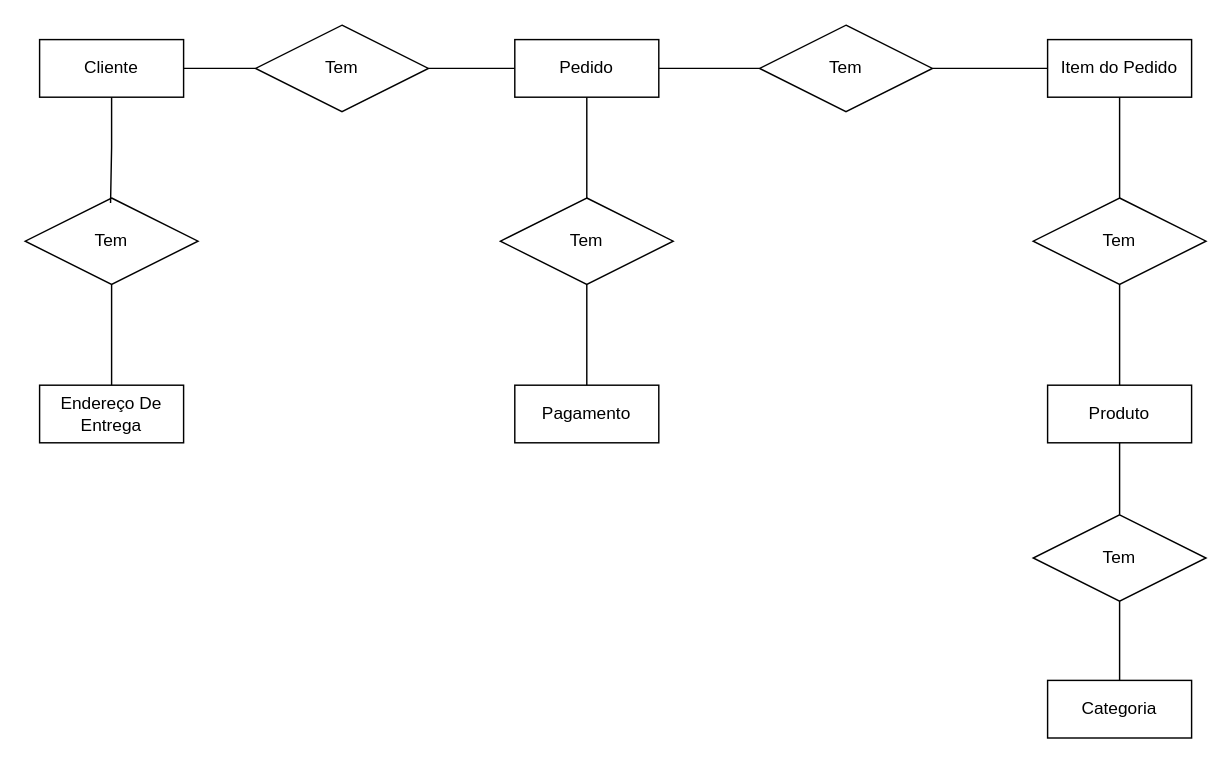
Above: page "Página-2" (2 of 5) of Modelagem/Exemplo vini diagrama.drawio in obamapresidente01/Projeto-E-commerce (draw.io), before the change. Source tidied: cells renumbered, new cells numbered last; positions are measured from the earlier drawing's top-left corner, leaving out a move shared by most shapes. Both pictures are drawn from the tidied source at 144%, with x=0, y=0 at pixel (24, 24).
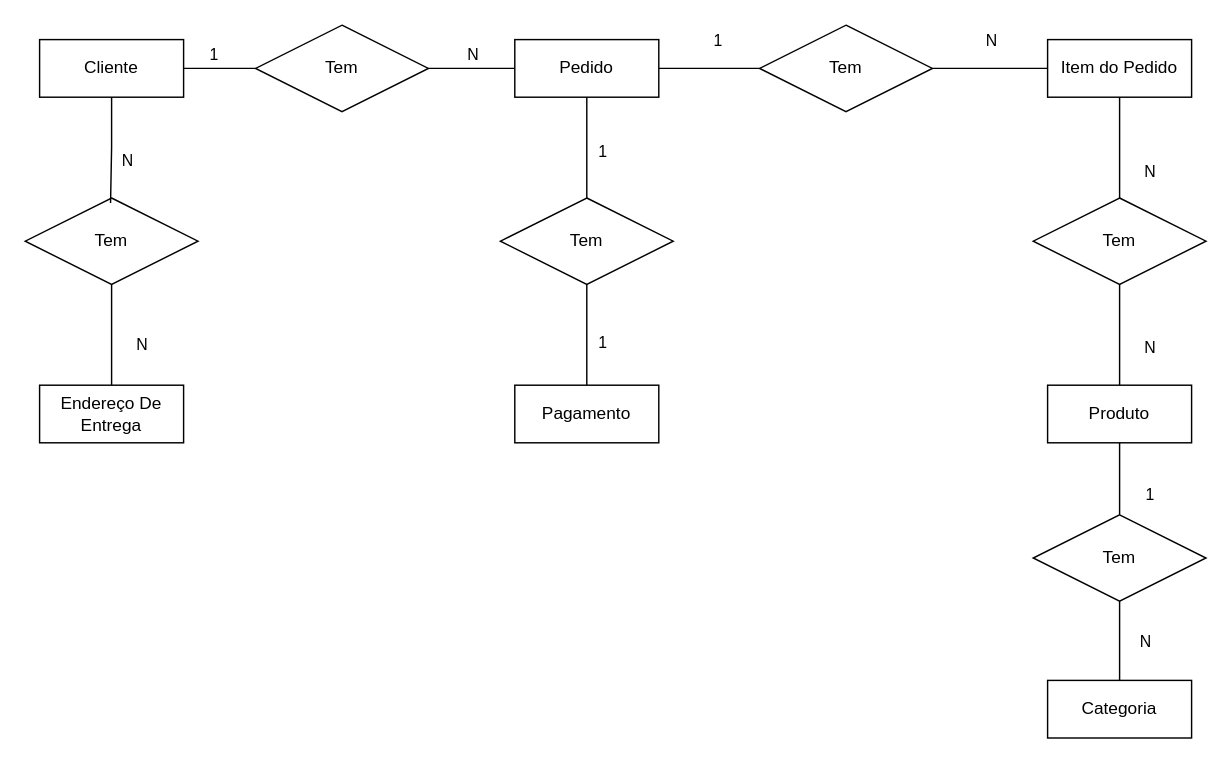
The same diagram, later.

Unchanged cells that the change refers to:
```xml
<mxCell id="2" style="edgeStyle=orthogonalEdgeStyle;rounded=0;jettySize=auto;html=1;entryX=1;entryY=0.5;entryDx=0;entryDy=0;endArrow=none;endFill=0;" parent="1" edge="1" source="5" target="10">
  <mxGeometry relative="1" as="geometry" />
</mxCell>
<mxCell id="3" style="edgeStyle=orthogonalEdgeStyle;rounded=0;jettySize=auto;html=1;entryX=0;entryY=0.5;entryDx=0;entryDy=0;endArrow=none;endFill=0;" parent="1" edge="1" source="5" target="16">
  <mxGeometry relative="1" as="geometry">
    <Array as="points">
      <mxPoint x="480" y="30" />
      <mxPoint x="480" y="30" />
    </Array>
  </mxGeometry>
</mxCell>
<mxCell id="4" style="edgeStyle=orthogonalEdgeStyle;rounded=0;jettySize=auto;html=1;endArrow=none;endFill=0;" parent="1" edge="1" source="5" target="7">
  <mxGeometry relative="1" as="geometry" />
</mxCell>
<mxCell id="6" style="edgeStyle=orthogonalEdgeStyle;rounded=0;jettySize=auto;html=1;endArrow=none;endFill=0;" parent="1" edge="1" source="7" target="15">
  <mxGeometry relative="1" as="geometry" />
</mxCell>
<mxCell id="8" style="edgeStyle=orthogonalEdgeStyle;rounded=0;jettySize=auto;html=1;endArrow=none;endFill=0;" parent="1" edge="1" source="9" target="18">
  <mxGeometry relative="1" as="geometry" />
</mxCell>
<mxCell id="11" style="edgeStyle=orthogonalEdgeStyle;rounded=0;jettySize=auto;html=1;entryX=0;entryY=0.5;entryDx=0;entryDy=0;endArrow=none;endFill=0;" parent="1" edge="1" source="12" target="10">
  <mxGeometry relative="1" as="geometry" />
</mxCell>
<mxCell id="13" style="edgeStyle=orthogonalEdgeStyle;rounded=0;jettySize=auto;html=1;endArrow=none;endFill=0;" parent="1" edge="1" source="14" target="16">
  <mxGeometry relative="1" as="geometry" />
</mxCell>
<mxCell id="17" style="edgeStyle=orthogonalEdgeStyle;rounded=0;jettySize=auto;html=1;entryX=0.5;entryY=1;entryDx=0;entryDy=0;endArrow=none;endFill=0;" parent="1" edge="1" source="18" target="14">
  <mxGeometry relative="1" as="geometry" />
</mxCell>
<mxCell id="19" style="edgeStyle=orthogonalEdgeStyle;rounded=0;jettySize=auto;html=1;entryX=0.5;entryY=1;entryDx=0;entryDy=0;endArrow=none;endFill=0;" parent="1" edge="1" source="20" target="9">
  <mxGeometry relative="1" as="geometry" />
</mxCell>
<mxCell id="21" style="edgeStyle=orthogonalEdgeStyle;rounded=0;jettySize=auto;html=1;entryX=0.5;entryY=1;entryDx=0;entryDy=0;endArrow=none;endFill=0;" parent="1" edge="1" source="22" target="20">
  <mxGeometry relative="1" as="geometry" />
</mxCell>
<mxCell id="23" style="edgeStyle=orthogonalEdgeStyle;rounded=0;jettySize=auto;html=1;endArrow=none;endFill=0;" parent="1" edge="1" source="24" target="25">
  <mxGeometry relative="1" as="geometry" />
</mxCell>
<mxCell id="26" style="edgeStyle=orthogonalEdgeStyle;rounded=0;jettySize=auto;html=1;entryX=0.494;entryY=0.057;entryDx=0;entryDy=0;entryPerimeter=0;endArrow=none;endFill=0;" parent="1" edge="1" source="12" target="24">
  <mxGeometry relative="1" as="geometry" />
</mxCell>
```

Change to the diagram source:
```diff
@@
+    <mxCell id="27" value="N" style="edgeLabel;html=1;align=center;verticalAlign=middle;" parent="2" vertex="1">
+      <mxGeometry x="0.18" y="-1" relative="1" as="geometry">
+        <mxPoint x="5" y="-9" as="offset" />
+      </mxGeometry>
+    </mxCell>
@@
+    <mxCell id="28" value="N" style="edgeLabel;html=1;align=center;verticalAlign=middle;" parent="3" vertex="1">
+      <mxGeometry x="-0.04" y="-1" relative="1" as="geometry">
+        <mxPoint x="196" y="-21" as="offset" />
+      </mxGeometry>
+    </mxCell>
@@
+    <mxCell id="29" value="1" style="edgeLabel;html=1;align=center;verticalAlign=middle;" parent="4" vertex="1">
+      <mxGeometry x="0.07" y="-2" relative="1" as="geometry">
+        <mxPoint x="12" as="offset" />
+      </mxGeometry>
+    </mxCell>
@@
+    <mxCell id="30" value="1" style="edgeLabel;html=1;align=center;verticalAlign=middle;" parent="6" vertex="1">
+      <mxGeometry x="0.49" relative="1" as="geometry">
+        <mxPoint x="10" y="-12" as="offset" />
+      </mxGeometry>
+    </mxCell>
@@
+    <mxCell id="31" value="N" style="edgeLabel;html=1;align=center;verticalAlign=middle;" parent="8" vertex="1">
+      <mxGeometry x="-0.22" y="-1" relative="1" as="geometry">
+        <mxPoint x="19" as="offset" />
+      </mxGeometry>
+    </mxCell>
@@
+    <mxCell id="32" value="1" style="edgeLabel;html=1;align=center;verticalAlign=middle;" parent="11" vertex="1">
+      <mxGeometry x="0.23" relative="1" as="geometry">
+        <mxPoint x="-11" y="-10" as="offset" />
+      </mxGeometry>
+    </mxCell>
@@
+    <mxCell id="33" value="1" style="edgeLabel;html=1;align=center;verticalAlign=middle;" parent="13" vertex="1">
+      <mxGeometry x="-0.29" y="-1" relative="1" as="geometry">
+        <mxPoint x="-202" y="-19" as="offset" />
+      </mxGeometry>
+    </mxCell>
@@
+    <mxCell id="34" value="N" style="edgeLabel;html=1;align=center;verticalAlign=middle;" parent="17" vertex="1">
+      <mxGeometry x="-0.46" relative="1" as="geometry">
+        <mxPoint x="20" as="offset" />
+      </mxGeometry>
+    </mxCell>
@@
+    <mxCell id="35" value="1" style="edgeLabel;html=1;align=center;verticalAlign=middle;" parent="19" vertex="1">
+      <mxGeometry x="-0.42" y="-3" relative="1" as="geometry">
+        <mxPoint x="17" as="offset" />
+      </mxGeometry>
+    </mxCell>
@@
+    <mxCell id="36" value="N" style="edgeLabel;html=1;align=center;verticalAlign=middle;" parent="21" vertex="1">
+      <mxGeometry x="0.02" relative="1" as="geometry">
+        <mxPoint x="17" as="offset" />
+      </mxGeometry>
+    </mxCell>
@@
+    <mxCell id="37" value="N" style="edgeLabel;html=1;align=center;verticalAlign=middle;" parent="23" vertex="1">
+      <mxGeometry x="0.17" relative="1" as="geometry">
+        <mxPoint x="20" as="offset" />
+      </mxGeometry>
+    </mxCell>
@@
+    <mxCell id="38" value="N" style="edgeLabel;html=1;align=center;verticalAlign=middle;" parent="26" vertex="1">
+      <mxGeometry x="0.18" y="3" relative="1" as="geometry">
+        <mxPoint x="8" as="offset" />
+      </mxGeometry>
+    </mxCell>
```
